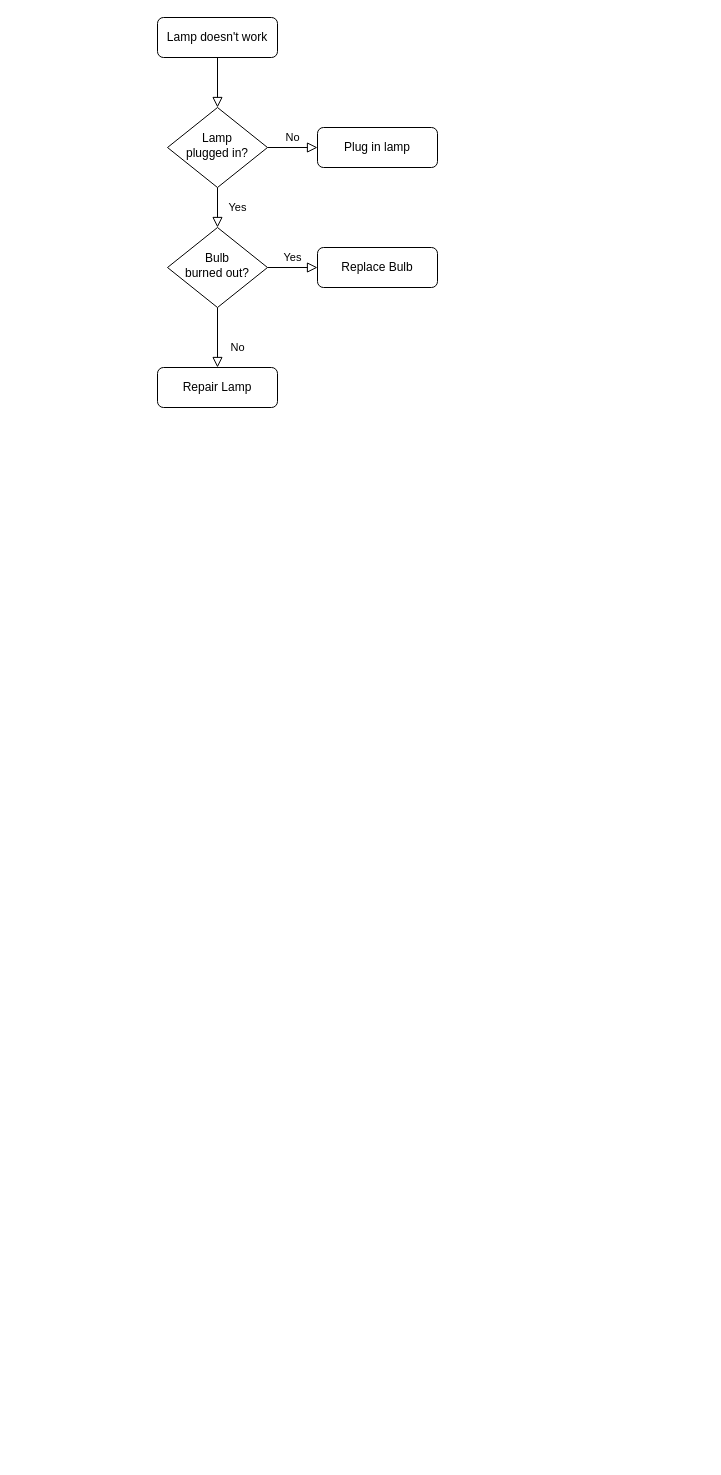
The draw.io diagram page "Page-1" (1 of 2) of Диаграмма без названия.drawio in Rattokun/ModelRep, before the edit. Source tidied: cells renumbered, new cells numbered last; positions are measured from the earlier drawing's top-left corner, leaving out a move shared by most shapes. Both pictures are drawn from the tidied source at 100%, with x=0, y=0 at pixel (157, 17).
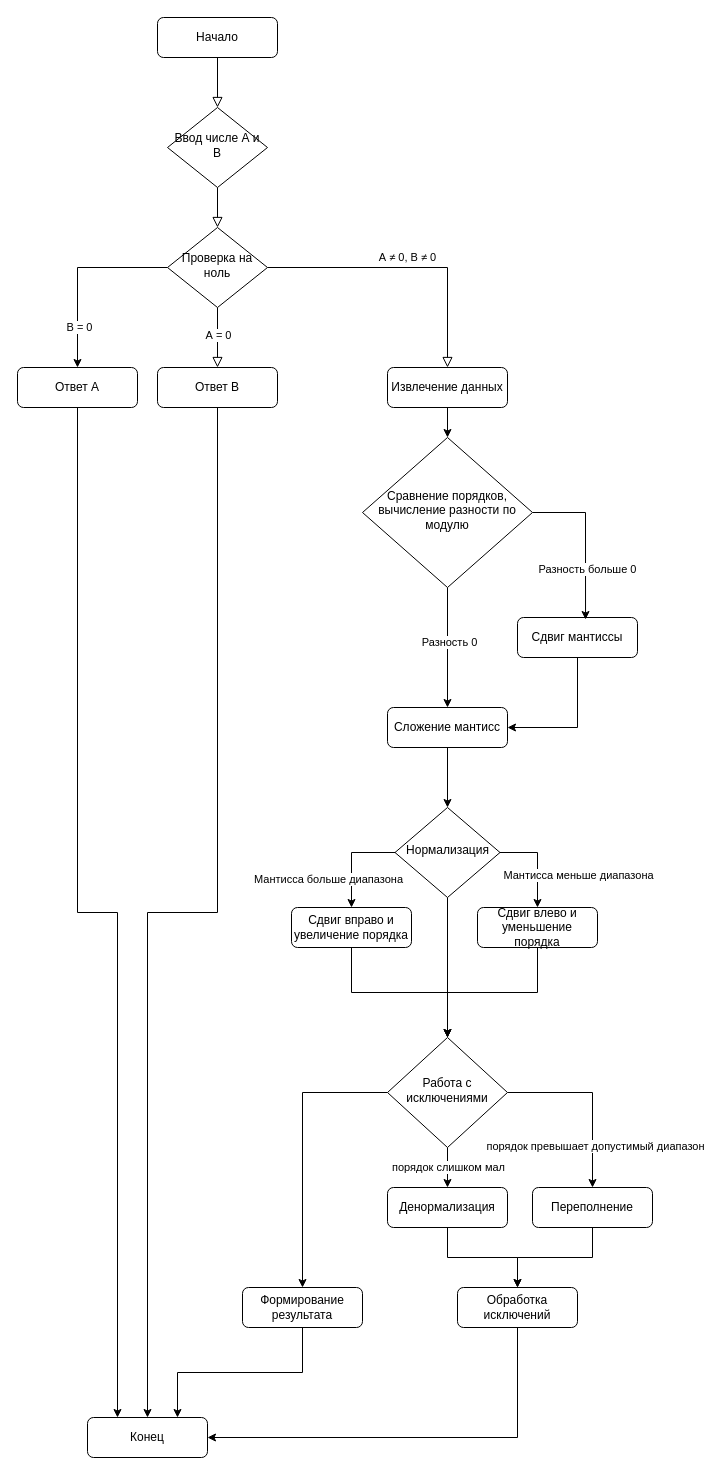
Above is the later version.

Diff of the diagram source:
```diff
@@
-    <mxCell id="3" value="Lamp doesn't work" style="rounded=1;whiteSpace=wrap;html=1;fontSize=12;glass=0;strokeWidth=1;shadow=0;" parent="1" vertex="1">
+    <mxCell id="3" value="Начало" style="rounded=1;whiteSpace=wrap;html=1;fontSize=12;glass=0;strokeWidth=1;shadow=0;" parent="1" vertex="1">
       <mxGeometry width="120" height="40" as="geometry" />
     </mxCell>
-    <mxCell id="4" value="Yes" style="rounded=0;html=1;jettySize=auto;fontSize=11;endArrow=block;endFill=0;endSize=8;strokeWidth=1;shadow=0;labelBackgroundColor=none;edgeStyle=orthogonalEdgeStyle;" parent="1" edge="1" source="6" target="10">
+    <mxCell id="4" style="rounded=0;html=1;jettySize=auto;fontSize=11;endArrow=block;endFill=0;endSize=8;strokeWidth=1;shadow=0;labelBackgroundColor=none;edgeStyle=orthogonalEdgeStyle;" parent="1" edge="1" source="6" target="10">
       <mxGeometry y="20" relative="1" as="geometry" />
     </mxCell>
-    <mxCell id="5" value="No" style="edgeStyle=orthogonalEdgeStyle;rounded=0;html=1;jettySize=auto;fontSize=11;endArrow=block;endFill=0;endSize=8;strokeWidth=1;shadow=0;labelBackgroundColor=none;" parent="1" edge="1" source="6" target="7">
-      <mxGeometry y="10" relative="1" as="geometry" />
-    </mxCell>
-    <mxCell id="6" value="Lamp&lt;br&gt;plugged in?" style="rhombus;whiteSpace=wrap;html=1;shadow=0;fontFamily=Helvetica;fontSize=12;align=center;strokeWidth=1;spacing=6;spacingTop=-4;" parent="1" vertex="1">
+    <mxCell id="6" value="Ввод числе А и В" style="rhombus;whiteSpace=wrap;html=1;shadow=0;fontFamily=Helvetica;fontSize=12;align=center;strokeWidth=1;spacing=6;spacingTop=-4;" parent="1" vertex="1">
       <mxGeometry x="10" y="90" width="100" height="80" as="geometry" />
     </mxCell>
-    <mxCell id="7" value="Plug in lamp" style="rounded=1;whiteSpace=wrap;html=1;fontSize=12;glass=0;strokeWidth=1;shadow=0;" parent="1" vertex="1">
-      <mxGeometry x="160" y="110" width="120" height="40" as="geometry" />
-    </mxCell>
-    <mxCell id="8" value="No" style="rounded=0;html=1;jettySize=auto;fontSize=11;endArrow=block;endFill=0;endSize=8;strokeWidth=1;shadow=0;labelBackgroundColor=none;edgeStyle=orthogonalEdgeStyle;" parent="1" edge="1" source="10" target="11">
+    <mxCell id="8" style="rounded=0;html=1;jettySize=auto;fontSize=11;endArrow=block;endFill=0;endSize=8;strokeWidth=1;shadow=0;labelBackgroundColor=none;edgeStyle=orthogonalEdgeStyle;" parent="1" edge="1" source="10" target="11">
       <mxGeometry x="0.33" y="20" relative="1" as="geometry" />
     </mxCell>
+    <mxCell id="13" value="А = 0" style="edgeLabel;html=1;align=center;verticalAlign=middle;" parent="8" vertex="1">
+      <mxGeometry x="-0.1" relative="1" as="geometry" />
+    </mxCell>
-    <mxCell id="9" value="Yes" style="edgeStyle=orthogonalEdgeStyle;rounded=0;html=1;jettySize=auto;fontSize=11;endArrow=block;endFill=0;endSize=8;strokeWidth=1;shadow=0;labelBackgroundColor=none;" parent="1" edge="1" source="10" target="12">
+    <mxCell id="9" value="А&amp;nbsp;≠ 0, В&amp;nbsp;≠ 0" style="edgeStyle=orthogonalEdgeStyle;rounded=0;html=1;jettySize=auto;fontSize=11;endArrow=block;endFill=0;endSize=8;strokeWidth=1;shadow=0;labelBackgroundColor=none;" parent="1" edge="1" source="10" target="12">
       <mxGeometry y="10" relative="1" as="geometry" />
     </mxCell>
+    <mxCell id="14" style="edgeStyle=orthogonalEdgeStyle;rounded=0;jettySize=auto;html=1;exitX=0;exitY=0.5;exitDx=0;exitDy=0;entryX=0.5;entryY=0;entryDx=0;entryDy=0;" parent="1" edge="1" source="10" target="19">
+      <mxGeometry relative="1" as="geometry" />
+    </mxCell>
+    <mxCell id="15" value="В = 0" style="edgeLabel;html=1;align=center;verticalAlign=middle;" parent="14" vertex="1">
+      <mxGeometry x="0.57" y="1" relative="1" as="geometry" />
+    </mxCell>
-    <mxCell id="10" value="Bulb&lt;br&gt;burned out?" style="rhombus;whiteSpace=wrap;html=1;shadow=0;fontFamily=Helvetica;fontSize=12;align=center;strokeWidth=1;spacing=6;spacingTop=-4;" parent="1" vertex="1">
+    <mxCell id="10" value="Проверка на ноль" style="rhombus;whiteSpace=wrap;html=1;shadow=0;fontFamily=Helvetica;fontSize=12;align=center;strokeWidth=1;spacing=6;spacingTop=-4;" parent="1" vertex="1">
       <mxGeometry x="10" y="210" width="100" height="80" as="geometry" />
     </mxCell>
+    <mxCell id="16" style="edgeStyle=orthogonalEdgeStyle;rounded=0;jettySize=auto;html=1;exitX=0.5;exitY=1;exitDx=0;exitDy=0;entryX=0.5;entryY=0;entryDx=0;entryDy=0;" parent="1" edge="1" source="11" target="20">
+      <mxGeometry relative="1" as="geometry" />
+    </mxCell>
-    <mxCell id="11" value="Repair Lamp" style="rounded=1;whiteSpace=wrap;html=1;fontSize=12;glass=0;strokeWidth=1;shadow=0;" parent="1" vertex="1">
+    <mxCell id="11" value="Ответ В" style="rounded=1;whiteSpace=wrap;html=1;fontSize=12;glass=0;strokeWidth=1;shadow=0;" parent="1" vertex="1">
       <mxGeometry y="350" width="120" height="40" as="geometry" />
     </mxCell>
+    <mxCell id="17" style="edgeStyle=orthogonalEdgeStyle;rounded=0;jettySize=auto;html=1;exitX=0.5;exitY=1;exitDx=0;exitDy=0;entryX=0.5;entryY=0;entryDx=0;entryDy=0;" parent="1" edge="1" source="12" target="29">
+      <mxGeometry relative="1" as="geometry" />
+    </mxCell>
-    <mxCell id="12" value="Replace Bulb" style="rounded=1;whiteSpace=wrap;html=1;fontSize=12;glass=0;strokeWidth=1;shadow=0;" parent="1" vertex="1">
-      <mxGeometry x="160" y="230" width="120" height="40" as="geometry" />
+    <mxCell id="12" value="Извлечение данных" style="rounded=1;whiteSpace=wrap;html=1;fontSize=12;glass=0;strokeWidth=1;shadow=0;" parent="1" vertex="1">
+      <mxGeometry x="230" y="350" width="120" height="40" as="geometry" />
     </mxCell>
+    <mxCell id="18" style="edgeStyle=orthogonalEdgeStyle;rounded=0;jettySize=auto;html=1;exitX=0.5;exitY=1;exitDx=0;exitDy=0;entryX=0.25;entryY=0;entryDx=0;entryDy=0;" parent="1" edge="1" source="19" target="20">
+      <mxGeometry relative="1" as="geometry" />
+    </mxCell>
+    <mxCell id="19" value="Ответ А" style="rounded=1;whiteSpace=wrap;html=1;fontSize=12;glass=0;strokeWidth=1;shadow=0;" parent="1" vertex="1">
+      <mxGeometry x="-140" y="350" width="120" height="40" as="geometry" />
+    </mxCell>
+    <mxCell id="20" value="Конец" style="rounded=1;whiteSpace=wrap;html=1;fontSize=12;glass=0;strokeWidth=1;shadow=0;" parent="1" vertex="1">
+      <mxGeometry x="-70" y="1400" width="120" height="40" as="geometry" />
+    </mxCell>
+    <mxCell id="21" style="edgeStyle=orthogonalEdgeStyle;rounded=0;jettySize=auto;html=1;exitX=0.5;exitY=1;exitDx=0;exitDy=0;entryX=0.5;entryY=0;entryDx=0;entryDy=0;" parent="1" edge="1" source="29" target="24">
+      <mxGeometry relative="1" as="geometry" />
+    </mxCell>
+    <mxCell id="22" value="Разность 0" style="edgeLabel;html=1;align=center;verticalAlign=middle;" parent="21" vertex="1">
+      <mxGeometry x="-0.1" y="1" relative="1" as="geometry" />
+    </mxCell>
+    <mxCell id="23" style="edgeStyle=orthogonalEdgeStyle;rounded=0;jettySize=auto;html=1;exitX=0.5;exitY=1;exitDx=0;exitDy=0;entryX=0.5;entryY=0;entryDx=0;entryDy=0;" parent="1" edge="1" source="24" target="35">
+      <mxGeometry relative="1" as="geometry" />
+    </mxCell>
+    <mxCell id="24" value="Сложение мантисс" style="rounded=1;whiteSpace=wrap;html=1;fontSize=12;glass=0;strokeWidth=1;shadow=0;" parent="1" vertex="1">
+      <mxGeometry x="230" y="690" width="120" height="40" as="geometry" />
+    </mxCell>
+    <mxCell id="25" style="edgeStyle=orthogonalEdgeStyle;rounded=0;jettySize=auto;html=1;exitX=0.5;exitY=1;exitDx=0;exitDy=0;entryX=1;entryY=0.5;entryDx=0;entryDy=0;" parent="1" edge="1" source="26" target="24">
+      <mxGeometry relative="1" as="geometry" />
+    </mxCell>
+    <mxCell id="26" value="Сдвиг мантиссы" style="rounded=1;whiteSpace=wrap;html=1;fontSize=12;glass=0;strokeWidth=1;shadow=0;" parent="1" vertex="1">
+      <mxGeometry x="360" y="600" width="120" height="40" as="geometry" />
+    </mxCell>
+    <mxCell id="27" style="edgeStyle=orthogonalEdgeStyle;rounded=0;jettySize=auto;html=1;exitX=1;exitY=0.5;exitDx=0;exitDy=0;entryX=0.567;entryY=0.05;entryDx=0;entryDy=0;entryPerimeter=0;" parent="1" edge="1" source="29" target="26">
+      <mxGeometry relative="1" as="geometry" />
+    </mxCell>
+    <mxCell id="28" value="Разность больше 0" style="edgeLabel;html=1;align=center;verticalAlign=middle;" parent="27" vertex="1">
+      <mxGeometry x="0.37" y="1" relative="1" as="geometry" />
+    </mxCell>
+    <mxCell id="29" value="Сравнение порядков, вычисление разности по модулю" style="rhombus;whiteSpace=wrap;html=1;shadow=0;fontFamily=Helvetica;fontSize=12;align=center;strokeWidth=1;spacing=6;spacingTop=-4;" parent="1" vertex="1">
+      <mxGeometry x="205" y="420" width="170" height="150" as="geometry" />
+    </mxCell>
+    <mxCell id="30" style="edgeStyle=orthogonalEdgeStyle;rounded=0;jettySize=auto;html=1;exitX=0;exitY=0.5;exitDx=0;exitDy=0;entryX=0.5;entryY=0;entryDx=0;entryDy=0;" parent="1" edge="1" source="35" target="39">
+      <mxGeometry relative="1" as="geometry" />
+    </mxCell>
+    <mxCell id="31" value="Мантисса больше диапазона" style="edgeLabel;html=1;align=center;verticalAlign=middle;" parent="30" vertex="1">
+      <mxGeometry x="0.15" y="-3" relative="1" as="geometry">
+        <mxPoint x="-21" y="13" as="offset" />
+      </mxGeometry>
+    </mxCell>
+    <mxCell id="32" style="edgeStyle=orthogonalEdgeStyle;rounded=0;jettySize=auto;html=1;exitX=1;exitY=0.5;exitDx=0;exitDy=0;entryX=0.5;entryY=0;entryDx=0;entryDy=0;" parent="1" edge="1" source="35" target="41">
+      <mxGeometry relative="1" as="geometry" />
+    </mxCell>
+    <mxCell id="33" value="Мантисса меньше диапазона" style="edgeLabel;html=1;align=center;verticalAlign=middle;" parent="32" vertex="1">
+      <mxGeometry x="0.29" y="-4" relative="1" as="geometry">
+        <mxPoint x="44" as="offset" />
+      </mxGeometry>
+    </mxCell>
+    <mxCell id="34" style="edgeStyle=orthogonalEdgeStyle;rounded=0;jettySize=auto;html=1;exitX=0.5;exitY=1;exitDx=0;exitDy=0;entryX=0.5;entryY=0;entryDx=0;entryDy=0;" parent="1" edge="1" source="35" target="47">
+      <mxGeometry relative="1" as="geometry" />
+    </mxCell>
+    <mxCell id="35" value="Нормализация" style="rhombus;whiteSpace=wrap;html=1;shadow=0;fontFamily=Helvetica;fontSize=12;align=center;strokeWidth=1;spacing=6;spacingTop=-4;" parent="1" vertex="1">
+      <mxGeometry x="237.5" y="790" width="105" height="90" as="geometry" />
+    </mxCell>
+    <mxCell id="36" style="edgeStyle=orthogonalEdgeStyle;rounded=0;jettySize=auto;html=1;exitX=0.5;exitY=1;exitDx=0;exitDy=0;entryX=0.75;entryY=0;entryDx=0;entryDy=0;" parent="1" edge="1" source="37" target="20">
+      <mxGeometry relative="1" as="geometry" />
+    </mxCell>
+    <mxCell id="37" value="Формирование результата" style="rounded=1;whiteSpace=wrap;html=1;fontSize=12;glass=0;strokeWidth=1;shadow=0;" parent="1" vertex="1">
+      <mxGeometry x="85" y="1270" width="120" height="40" as="geometry" />
+    </mxCell>
+    <mxCell id="38" style="edgeStyle=orthogonalEdgeStyle;rounded=0;jettySize=auto;html=1;exitX=0.5;exitY=1;exitDx=0;exitDy=0;entryX=0.5;entryY=0;entryDx=0;entryDy=0;" parent="1" edge="1" source="39" target="47">
+      <mxGeometry relative="1" as="geometry" />
+    </mxCell>
+    <mxCell id="39" value="Сдвиг вправо и увеличение порядка" style="rounded=1;whiteSpace=wrap;html=1;fontSize=12;glass=0;strokeWidth=1;shadow=0;" parent="1" vertex="1">
+      <mxGeometry x="134" y="890" width="120" height="40" as="geometry" />
+    </mxCell>
+    <mxCell id="40" style="edgeStyle=orthogonalEdgeStyle;rounded=0;jettySize=auto;html=1;exitX=0.5;exitY=1;exitDx=0;exitDy=0;entryX=0.5;entryY=0;entryDx=0;entryDy=0;" parent="1" edge="1" source="41" target="47">
+      <mxGeometry relative="1" as="geometry" />
+    </mxCell>
+    <mxCell id="41" value="Сдвиг влево и уменьшение порядка" style="rounded=1;whiteSpace=wrap;html=1;fontSize=12;glass=0;strokeWidth=1;shadow=0;" parent="1" vertex="1">
+      <mxGeometry x="320" y="890" width="120" height="40" as="geometry" />
+    </mxCell>
+    <mxCell id="42" style="edgeStyle=orthogonalEdgeStyle;rounded=0;jettySize=auto;html=1;exitX=1;exitY=0.5;exitDx=0;exitDy=0;entryX=0.5;entryY=0;entryDx=0;entryDy=0;" parent="1" edge="1" source="47" target="51">
+      <mxGeometry relative="1" as="geometry" />
+    </mxCell>
+    <mxCell id="43" value="порядок превышает допустимый диапазон" style="edgeLabel;html=1;align=center;verticalAlign=middle;" parent="42" vertex="1">
+      <mxGeometry x="0.53" y="2" relative="1" as="geometry" />
+    </mxCell>
+    <mxCell id="44" style="edgeStyle=orthogonalEdgeStyle;rounded=0;jettySize=auto;html=1;exitX=0.5;exitY=1;exitDx=0;exitDy=0;entryX=0.5;entryY=0;entryDx=0;entryDy=0;" parent="1" edge="1" source="47" target="49">
+      <mxGeometry relative="1" as="geometry" />
+    </mxCell>
+    <mxCell id="45" value="порядок слишком мал" style="edgeLabel;html=1;align=center;verticalAlign=middle;" parent="44" vertex="1">
+      <mxGeometry x="-0.05" relative="1" as="geometry" />
+    </mxCell>
+    <mxCell id="46" style="edgeStyle=orthogonalEdgeStyle;rounded=0;jettySize=auto;html=1;exitX=0;exitY=0.5;exitDx=0;exitDy=0;entryX=0.5;entryY=0;entryDx=0;entryDy=0;" parent="1" edge="1" source="47" target="37">
+      <mxGeometry relative="1" as="geometry" />
+    </mxCell>
+    <mxCell id="47" value="Работа с исключениями" style="rhombus;whiteSpace=wrap;html=1;shadow=0;fontFamily=Helvetica;fontSize=12;align=center;strokeWidth=1;spacing=6;spacingTop=-4;" parent="1" vertex="1">
+      <mxGeometry x="230" y="1020" width="120" height="110" as="geometry" />
+    </mxCell>
+    <mxCell id="48" style="edgeStyle=orthogonalEdgeStyle;rounded=0;jettySize=auto;html=1;exitX=0.5;exitY=1;exitDx=0;exitDy=0;entryX=0.5;entryY=0;entryDx=0;entryDy=0;" parent="1" edge="1" source="49" target="53">
+      <mxGeometry relative="1" as="geometry" />
+    </mxCell>
+    <mxCell id="49" value="Денормализация" style="rounded=1;whiteSpace=wrap;html=1;fontSize=12;glass=0;strokeWidth=1;shadow=0;" parent="1" vertex="1">
+      <mxGeometry x="230" y="1170" width="120" height="40" as="geometry" />
+    </mxCell>
+    <mxCell id="50" style="edgeStyle=orthogonalEdgeStyle;rounded=0;jettySize=auto;html=1;exitX=0.5;exitY=1;exitDx=0;exitDy=0;entryX=0.5;entryY=0;entryDx=0;entryDy=0;" parent="1" edge="1" source="51" target="53">
+      <mxGeometry relative="1" as="geometry" />
+    </mxCell>
+    <mxCell id="51" value="Переполнение" style="rounded=1;whiteSpace=wrap;html=1;fontSize=12;glass=0;strokeWidth=1;shadow=0;" parent="1" vertex="1">
+      <mxGeometry x="375" y="1170" width="120" height="40" as="geometry" />
+    </mxCell>
+    <mxCell id="52" style="edgeStyle=orthogonalEdgeStyle;rounded=0;jettySize=auto;html=1;exitX=0.5;exitY=1;exitDx=0;exitDy=0;entryX=1;entryY=0.5;entryDx=0;entryDy=0;" parent="1" edge="1" source="53" target="20">
+      <mxGeometry relative="1" as="geometry" />
+    </mxCell>
+    <mxCell id="53" value="Обработка исключений" style="rounded=1;whiteSpace=wrap;html=1;fontSize=12;glass=0;strokeWidth=1;shadow=0;" parent="1" vertex="1">
+      <mxGeometry x="300" y="1270" width="120" height="40" as="geometry" />
+    </mxCell>
```
